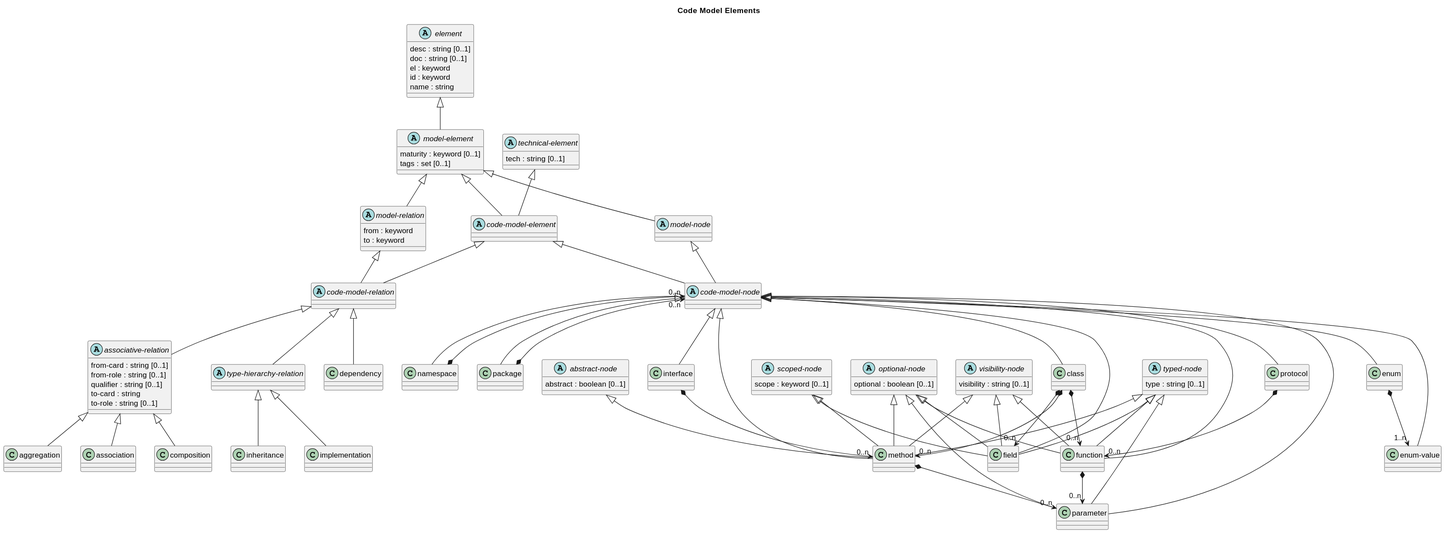
soulspace-org/overarch keeps this PlantUML diagram as doc/images/overarch/data-model/code-model-elements.svg. Above is the earlier version.
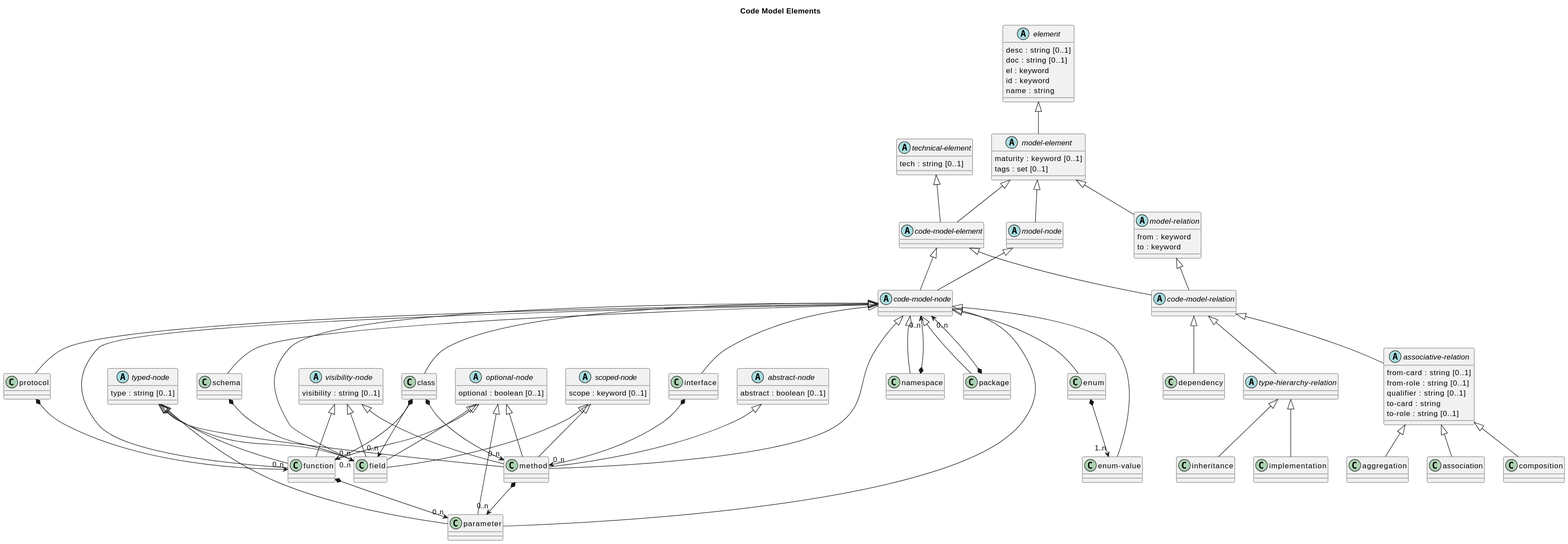
After the commit.

Commit message:
update data model diagrams

Change to the diagram source:
```diff
@@ -2,14 +2,58 @@
 title Code Model Elements
 
 class "aggregation" as overarch_dataModel_aggregation {}
-abstract class "technical-element" as overarch_dataModel_technicalElement {
-  tech : string [0..1]
-}
 class "method" as overarch_dataModel_method {}
 abstract class "type-hierarchy-relation" as overarch_dataModel_typeHierarchyRelation {}
 class "enum-value" as overarch_dataModel_enumValue {}
 class "field" as overarch_dataModel_field {}
 class "inheritance" as overarch_dataModel_inheritance {}
+class "function" as overarch_dataModel_function {}
+class "parameter" as overarch_dataModel_parameter {}
+abstract class "scoped-node" as overarch_dataModel_scopedNode {
+  scope : keyword [0..1]
+}
+class "association" as overarch_dataModel_association {}
+abstract class "model-element" as overarch_dataModel_modelElement {
+  maturity : keyword [0..1]
+  tags : set [0..1]
+}
+class "namespace" as overarch_dataModel_namespace {}
+class "package" as overarch_dataModel_package {}
+abstract class "visibility-node" as overarch_dataModel_visibilityNode {
+  visibility : string [0..1]
+}
+abstract class "optional-node" as overarch_dataModel_optionalNode {
+  optional : boolean [0..1]
+}
+abstract class "technical-element" as overarch_dataModel_technicalElement {
+  tech : string [0..1]
+}
+abstract class "abstract-node" as overarch_dataModel_abstractNode {
+  abstract : boolean [0..1]
+}
+abstract class "model-node" as overarch_dataModel_modelNode {}
+class "enum" as overarch_dataModel_enum {}
+abstract class "model-relation" as overarch_dataModel_modelRelation {
+  from : keyword
+  to : keyword
+}
+abstract class "typed-node" as overarch_dataModel_typedNode {
+  type : string [0..1]
+}
+abstract class "code-model-relation" as overarch_dataModel_codeModelRelation {}
+class "interface" as overarch_dataModel_interface {}
+class "composition" as overarch_dataModel_composition {}
+abstract class "code-model-node" as overarch_dataModel_codeModelNode {}
+class "class" as overarch_dataModel_class {}
+class "protocol" as overarch_dataModel_protocol {}
+abstract class "associative-relation" as overarch_dataModel_associativeRelation {
+  from-card : string [0..1]
+  from-role : string [0..1]
+  qualifier : string [0..1]
+  to-card : string
+  to-role : string [0..1]
+}
+class "implementation" as overarch_dataModel_implementation {}
 abstract class "element" as overarch_dataModel_element {
   desc : string [0..1]
   doc : string [0..1]
@@ -17,51 +61,8 @@
   id : keyword
   name : string
 }
-class "function" as overarch_dataModel_function {}
-class "parameter" as overarch_dataModel_parameter {}
-class "namespace" as overarch_dataModel_namespace {}
-class "association" as overarch_dataModel_association {}
-abstract class "visibility-node" as overarch_dataModel_visibilityNode {
-  visibility : string [0..1]
-}
-abstract class "abstract-node" as overarch_dataModel_abstractNode {
-  abstract : boolean [0..1]
-}
-abstract class "scoped-node" as overarch_dataModel_scopedNode {
-  scope : keyword [0..1]
-}
-class "interface" as overarch_dataModel_interface {}
-abstract class "optional-node" as overarch_dataModel_optionalNode {
-  optional : boolean [0..1]
-}
-class "package" as overarch_dataModel_package {}
-abstract class "model-node" as overarch_dataModel_modelNode {}
-class "enum" as overarch_dataModel_enum {}
-abstract class "model-relation" as overarch_dataModel_modelRelation {
-  from : keyword
-  to : keyword
-}
-abstract class "associative-relation" as overarch_dataModel_associativeRelation {
-  from-card : string [0..1]
-  from-role : string [0..1]
-  qualifier : string [0..1]
-  to-card : string
-  to-role : string [0..1]
-}
-abstract class "code-model-relation" as overarch_dataModel_codeModelRelation {}
-class "composition" as overarch_dataModel_composition {}
-abstract class "code-model-node" as overarch_dataModel_codeModelNode {}
-abstract class "model-element" as overarch_dataModel_modelElement {
-  maturity : keyword [0..1]
-  tags : set [0..1]
-}
-class "class" as overarch_dataModel_class {}
-abstract class "typed-node" as overarch_dataModel_typedNode {
-  type : string [0..1]
-}
-class "implementation" as overarch_dataModel_implementation {}
 class "dependency" as overarch_dataModel_dependency {}
-class "protocol" as overarch_dataModel_protocol {}
+class "schema" as overarch_dataModel_schema {}
 abstract class "code-model-element" as overarch_dataModel_codeModelElement {}
 overarch_dataModel_optionalNode <|-- overarch_dataModel_field
 overarch_dataModel_codeModelNode <|-- overarch_dataModel_class
@@ -95,10 +96,12 @@
 overarch_dataModel_protocol *-->  "0..n" overarch_dataModel_function
 overarch_dataModel_typedNode <|-- overarch_dataModel_parameter
 overarch_dataModel_typeHierarchyRelation <|-- overarch_dataModel_inheritance
+overarch_dataModel_codeModelNode <|-- overarch_dataModel_schema
 overarch_dataModel_codeModelNode <|-- overarch_dataModel_namespace
 overarch_dataModel_codeModelNode <|-- overarch_dataModel_protocol
 overarch_dataModel_codeModelRelation <|-- overarch_dataModel_typeHierarchyRelation
 overarch_dataModel_visibilityNode <|-- overarch_dataModel_field
+overarch_dataModel_schema *-->  "0..n" overarch_dataModel_field
 overarch_dataModel_visibilityNode <|-- overarch_dataModel_method
 overarch_dataModel_associativeRelation <|-- overarch_dataModel_association
 overarch_dataModel_class *-->  "0..n" overarch_dataModel_field
```
